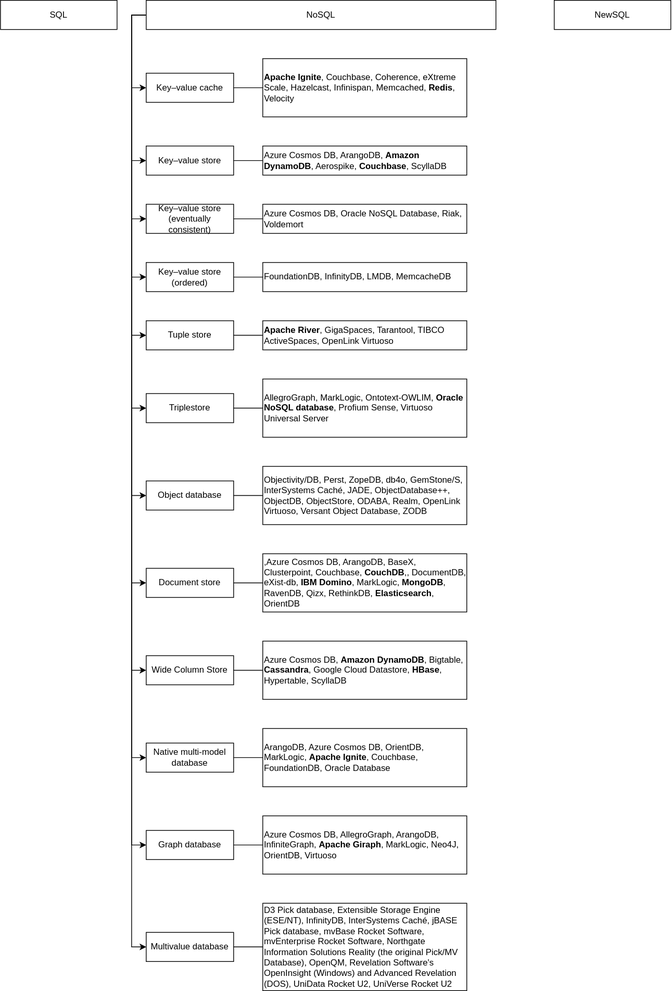
Before: diagrams/data_models.drawio.svg, a diagram exported from draw.io (ryndovaira-org/data_science_lectures). Source tidied: cells renumbered, new cells last; positions are measured from the earlier drawing's top-left corner, leaving out a move shared by most shapes.
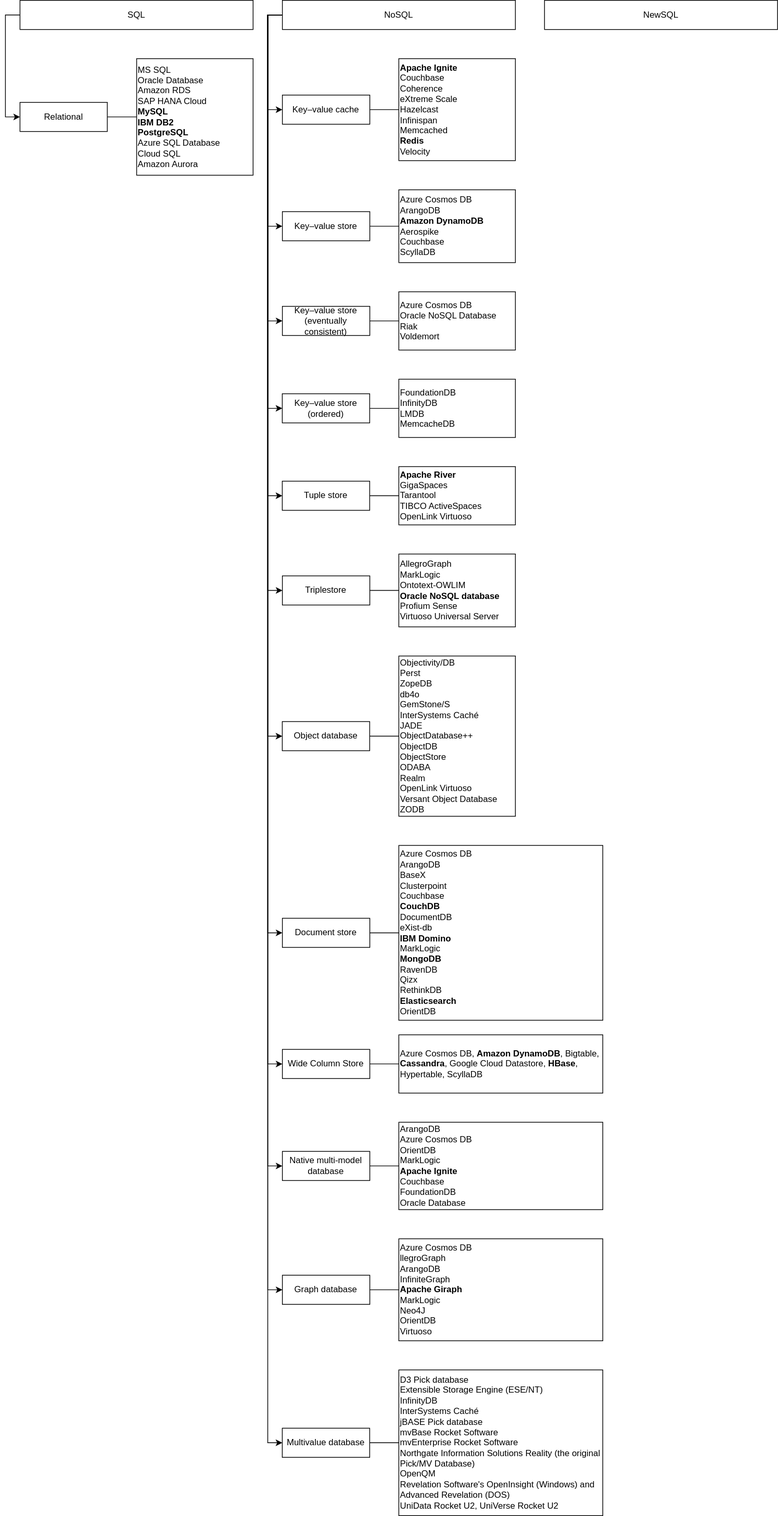
Later version of the same file.

What changed in the source:
```diff
@@ -2,8 +2,11 @@
   <root>
     <mxCell id="0" />
     <mxCell id="1" parent="0" />
+    <mxCell id="53" style="edgeStyle=orthogonalEdgeStyle;rounded=0;jettySize=auto;html=1;entryX=0;entryY=0.5;entryDx=0;entryDy=0;exitX=0;exitY=0.5;exitDx=0;exitDy=0;" parent="1" edge="1" source="2" target="55">
+      <mxGeometry relative="1" as="geometry" />
+    </mxCell>
     <mxCell id="2" value="SQL" style="rounded=0;whiteSpace=wrap;html=1;fillColor=none;fontSize=12;" parent="1" vertex="1">
-      <mxGeometry width="160" height="40" as="geometry" />
+      <mxGeometry x="159.9" width="320" height="40" as="geometry" />
     </mxCell>
     <mxCell id="3" style="edgeStyle=orthogonalEdgeStyle;rounded=0;jettySize=auto;html=1;entryX=0;entryY=0.5;entryDx=0;entryDy=0;exitX=0;exitY=0.5;exitDx=0;exitDy=0;fillColor=none;" parent="1" edge="1" source="15" target="17">
       <mxGeometry relative="1" as="geometry" />
@@ -42,112 +45,112 @@
       <mxGeometry relative="1" as="geometry" />
     </mxCell>
     <mxCell id="15" value="NoSQL" style="rounded=0;whiteSpace=wrap;html=1;fillColor=none;fontSize=12;" parent="1" vertex="1">
-      <mxGeometry x="200" width="480" height="40" as="geometry" />
+      <mxGeometry x="520.1" width="319.9" height="40" as="geometry" />
     </mxCell>
     <mxCell id="16" value="NewSQL" style="rounded=0;whiteSpace=wrap;html=1;fillColor=none;fontSize=12;" parent="1" vertex="1">
-      <mxGeometry x="760" width="160" height="40" as="geometry" />
+      <mxGeometry x="880" width="319.9" height="40" as="geometry" />
     </mxCell>
     <mxCell id="17" value="Key–value cache" style="rounded=0;whiteSpace=wrap;html=1;fillColor=none;fontSize=12;" parent="1" vertex="1">
-      <mxGeometry x="200" y="100" width="120" height="40" as="geometry" />
+      <mxGeometry x="520.1" y="130" width="120" height="40" as="geometry" />
     </mxCell>
-    <mxCell id="18" value="&lt;b style=&quot;font-size: 12px;&quot;&gt;Apache Ignite&lt;/b&gt;, Couchbase, Coherence, eXtreme Scale, Hazelcast, Infinispan, Memcached, &lt;b style=&quot;font-size: 12px;&quot;&gt;Redis&lt;/b&gt;, Velocity" style="rounded=0;whiteSpace=wrap;html=1;fillColor=none;fontSize=12;align=left;" parent="1" vertex="1">
-      <mxGeometry x="360" y="80" width="280" height="80" as="geometry" />
+    <mxCell id="18" value="&lt;b style=&quot;font-size: 12px;&quot;&gt;Apache Ignite&lt;br&gt;&lt;/b&gt;Couchbase&lt;br&gt;Coherence&lt;br&gt;eXtreme Scale&lt;br&gt;Hazelcast&lt;br&gt;Infinispan&lt;br&gt;Memcached&lt;br&gt;&lt;b style=&quot;font-size: 12px;&quot;&gt;Redis&lt;br&gt;&lt;/b&gt;Velocity" style="rounded=0;whiteSpace=wrap;html=1;fillColor=none;fontSize=12;align=left;" parent="1" vertex="1">
+      <mxGeometry x="680" y="80" width="160" height="140" as="geometry" />
     </mxCell>
     <mxCell id="19" value="Key–value store" style="rounded=0;whiteSpace=wrap;html=1;fillColor=none;fontSize=12;" parent="1" vertex="1">
-      <mxGeometry x="200" y="200" width="120" height="40" as="geometry" />
+      <mxGeometry x="520.1" y="290" width="120" height="40" as="geometry" />
     </mxCell>
-    <mxCell id="20" value=" Azure Cosmos DB, ArangoDB, &lt;b style=&quot;font-size: 12px;&quot;&gt;Amazon DynamoDB&lt;/b&gt;, Aerospike, &lt;b style=&quot;font-size: 12px;&quot;&gt;Couchbase&lt;/b&gt;, ScyllaDB" style="rounded=0;whiteSpace=wrap;html=1;fillColor=none;fontSize=12;align=left;" parent="1" vertex="1">
-      <mxGeometry x="360" y="200" width="280" height="40" as="geometry" />
+    <mxCell id="20" value=" Azure Cosmos DB&lt;br&gt;ArangoDB&lt;br&gt;&lt;b style=&quot;font-size: 12px;&quot;&gt;Amazon DynamoDB&lt;br&gt;&lt;/b&gt;Aerospike&lt;br&gt;&lt;span style=&quot;font-size: 12px;&quot;&gt;Couchbase&lt;br&gt;&lt;/span&gt;ScyllaDB" style="rounded=0;whiteSpace=wrap;html=1;fillColor=none;fontSize=12;align=left;" parent="1" vertex="1">
+      <mxGeometry x="680" y="260" width="160" height="100" as="geometry" />
     </mxCell>
     <mxCell id="21" style="edgeStyle=orthogonalEdgeStyle;rounded=0;jettySize=auto;html=1;endArrow=none;endFill=0;fillColor=none;" parent="1" edge="1" source="22" target="23">
       <mxGeometry relative="1" as="geometry" />
     </mxCell>
     <mxCell id="22" value="Key–value store (eventually consistent)" style="rounded=0;whiteSpace=wrap;html=1;fillColor=none;fontSize=12;" parent="1" vertex="1">
-      <mxGeometry x="200" y="280" width="120" height="40" as="geometry" />
+      <mxGeometry x="520.1" y="420" width="120" height="40" as="geometry" />
     </mxCell>
-    <mxCell id="23" value="Azure Cosmos DB, Oracle NoSQL Database, Riak, Voldemort" style="rounded=0;whiteSpace=wrap;html=1;fillColor=none;fontSize=12;align=left;" parent="1" vertex="1">
-      <mxGeometry x="360" y="280" width="280" height="40" as="geometry" />
+    <mxCell id="23" value="Azure Cosmos DB&lt;br&gt;Oracle NoSQL Database&lt;br&gt;Riak&lt;br&gt;Voldemort" style="rounded=0;whiteSpace=wrap;html=1;fillColor=none;fontSize=12;align=left;" parent="1" vertex="1">
+      <mxGeometry x="680" y="400" width="160" height="80" as="geometry" />
     </mxCell>
     <mxCell id="24" style="edgeStyle=orthogonalEdgeStyle;rounded=0;jettySize=auto;html=1;endArrow=none;endFill=0;fillColor=none;" parent="1" edge="1" source="25" target="26">
       <mxGeometry relative="1" as="geometry" />
     </mxCell>
     <mxCell id="25" value="Key–value store (ordered)" style="rounded=0;whiteSpace=wrap;html=1;fillColor=none;fontSize=12;" parent="1" vertex="1">
-      <mxGeometry x="200" y="360" width="120" height="40" as="geometry" />
+      <mxGeometry x="520" y="540" width="120" height="40" as="geometry" />
     </mxCell>
-    <mxCell id="26" value="FoundationDB, InfinityDB, LMDB, MemcacheDB" style="rounded=0;whiteSpace=wrap;html=1;fillColor=none;fontSize=12;align=left;" parent="1" vertex="1">
-      <mxGeometry x="360" y="360" width="280" height="40" as="geometry" />
+    <mxCell id="26" value="FoundationDB&lt;br&gt;InfinityDB&lt;br&gt;LMDB&lt;br&gt;MemcacheDB" style="rounded=0;whiteSpace=wrap;html=1;fillColor=none;fontSize=12;align=left;" parent="1" vertex="1">
+      <mxGeometry x="680" y="520" width="160" height="80" as="geometry" />
     </mxCell>
     <mxCell id="27" style="edgeStyle=orthogonalEdgeStyle;rounded=0;jettySize=auto;html=1;endArrow=none;endFill=0;fillColor=none;" parent="1" edge="1" source="28" target="29">
       <mxGeometry relative="1" as="geometry" />
     </mxCell>
     <mxCell id="28" value="Tuple store" style="rounded=0;whiteSpace=wrap;html=1;fillColor=none;fontSize=12;" parent="1" vertex="1">
-      <mxGeometry x="200" y="440" width="120" height="40" as="geometry" />
+      <mxGeometry x="520" y="660" width="120" height="40" as="geometry" />
     </mxCell>
-    <mxCell id="29" value="&lt;b&gt;Apache River&lt;/b&gt;, GigaSpaces, Tarantool, TIBCO ActiveSpaces, OpenLink Virtuoso" style="rounded=0;whiteSpace=wrap;html=1;fillColor=none;fontSize=12;align=left;" parent="1" vertex="1">
-      <mxGeometry x="360" y="440" width="280" height="40" as="geometry" />
+    <mxCell id="29" value="&lt;b&gt;Apache River&lt;br&gt;&lt;/b&gt;GigaSpaces&lt;br&gt;Tarantool&lt;br&gt;TIBCO ActiveSpaces&lt;br&gt;OpenLink Virtuoso" style="rounded=0;whiteSpace=wrap;html=1;fillColor=none;fontSize=12;align=left;" parent="1" vertex="1">
+      <mxGeometry x="680" y="640" width="160" height="80" as="geometry" />
     </mxCell>
     <mxCell id="30" style="edgeStyle=orthogonalEdgeStyle;rounded=0;jettySize=auto;html=1;endArrow=none;endFill=0;fillColor=none;" parent="1" edge="1" source="31" target="32">
       <mxGeometry relative="1" as="geometry" />
     </mxCell>
     <mxCell id="31" value="Triplestore" style="rounded=0;whiteSpace=wrap;html=1;fillColor=none;fontSize=12;" parent="1" vertex="1">
-      <mxGeometry x="200" y="540" width="120" height="40" as="geometry" />
+      <mxGeometry x="520.1" y="790" width="120" height="40" as="geometry" />
     </mxCell>
-    <mxCell id="32" value="AllegroGraph, MarkLogic, Ontotext-OWLIM, &lt;b&gt;Oracle NoSQL database&lt;/b&gt;, Profium Sense, Virtuoso Universal Server" style="rounded=0;whiteSpace=wrap;html=1;fillColor=none;fontSize=12;align=left;" parent="1" vertex="1">
-      <mxGeometry x="360" y="520" width="280" height="80" as="geometry" />
+    <mxCell id="32" value="AllegroGraph&lt;br&gt;MarkLogic&lt;br&gt;Ontotext-OWLIM&lt;br&gt;&lt;b&gt;Oracle NoSQL database&lt;br&gt;&lt;/b&gt;Profium Sense&lt;br&gt;Virtuoso Universal Server" style="rounded=0;whiteSpace=wrap;html=1;fillColor=none;fontSize=12;align=left;" parent="1" vertex="1">
+      <mxGeometry x="680" y="760" width="160" height="100" as="geometry" />
     </mxCell>
     <mxCell id="33" style="edgeStyle=orthogonalEdgeStyle;rounded=0;jettySize=auto;html=1;endArrow=none;endFill=0;fillColor=none;" parent="1" edge="1" source="34" target="35">
       <mxGeometry relative="1" as="geometry" />
     </mxCell>
     <mxCell id="34" value="Object database" style="rounded=0;whiteSpace=wrap;html=1;fillColor=none;fontSize=12;" parent="1" vertex="1">
-      <mxGeometry x="200" y="660" width="120" height="40" as="geometry" />
+      <mxGeometry x="520" y="990" width="120" height="40" as="geometry" />
     </mxCell>
-    <mxCell id="35" value="Objectivity/DB, Perst, ZopeDB, db4o, GemStone/S, InterSystems Caché, JADE, ObjectDatabase++, ObjectDB, ObjectStore, ODABA, Realm, OpenLink Virtuoso, Versant Object Database, ZODB" style="rounded=0;whiteSpace=wrap;html=1;fillColor=none;fontSize=12;align=left;" parent="1" vertex="1">
-      <mxGeometry x="360" y="640" width="280" height="80" as="geometry" />
+    <mxCell id="35" value="Objectivity/DB&lt;br&gt;Perst&lt;br&gt;ZopeDB&lt;br&gt;db4o&lt;br&gt;GemStone/S&lt;br&gt;InterSystems Caché&lt;br&gt;JADE&lt;br&gt;ObjectDatabase++&lt;br&gt;ObjectDB&lt;br&gt;ObjectStore&lt;br&gt;ODABA&lt;br&gt;Realm&lt;br&gt;OpenLink Virtuoso&lt;br&gt;Versant Object Database&lt;br&gt;ZODB" style="rounded=0;whiteSpace=wrap;html=1;fillColor=none;fontSize=12;align=left;" parent="1" vertex="1">
+      <mxGeometry x="680" y="900" width="160" height="220" as="geometry" />
     </mxCell>
     <mxCell id="36" style="edgeStyle=orthogonalEdgeStyle;rounded=0;jettySize=auto;html=1;endArrow=none;endFill=0;fillColor=none;" parent="1" edge="1" source="37" target="38">
       <mxGeometry relative="1" as="geometry" />
     </mxCell>
     <mxCell id="37" value="Document store" style="rounded=0;whiteSpace=wrap;html=1;fillColor=none;fontSize=12;" parent="1" vertex="1">
-      <mxGeometry x="200" y="780" width="120" height="40" as="geometry" />
+      <mxGeometry x="520.1" y="1260" width="120" height="40" as="geometry" />
     </mxCell>
-    <mxCell id="38" value=",Azure Cosmos DB, ArangoDB, BaseX, Clusterpoint, Couchbase, &lt;b style=&quot;font-size: 12px;&quot;&gt;CouchDB&lt;/b&gt;,, DocumentDB, eXist-db, &lt;b style=&quot;font-size: 12px;&quot;&gt;IBM Domino&lt;/b&gt;, MarkLogic, &lt;b style=&quot;font-size: 12px;&quot;&gt;MongoDB&lt;/b&gt;, RavenDB, Qizx, RethinkDB, &lt;b style=&quot;font-size: 12px;&quot;&gt;Elasticsearch&lt;/b&gt;, OrientDB" style="rounded=0;whiteSpace=wrap;html=1;fillColor=none;fontSize=12;align=left;" parent="1" vertex="1">
-      <mxGeometry x="360" y="760" width="280" height="80" as="geometry" />
+    <mxCell id="38" value="Azure Cosmos DB&lt;br&gt;ArangoDB&lt;br&gt;BaseX&lt;br&gt;Clusterpoint&lt;br&gt;Couchbase&lt;br&gt;&lt;b style=&quot;font-size: 12px;&quot;&gt;CouchDB&lt;br&gt;&lt;/b&gt;DocumentDB&lt;br&gt;eXist-db&lt;br&gt;&lt;b style=&quot;font-size: 12px;&quot;&gt;IBM Domino&lt;br&gt;&lt;/b&gt;MarkLogic&lt;br&gt;&lt;b style=&quot;font-size: 12px;&quot;&gt;MongoDB&lt;br&gt;&lt;/b&gt;RavenDB&lt;br&gt;Qizx&lt;br&gt;RethinkDB&lt;br&gt;&lt;b style=&quot;font-size: 12px;&quot;&gt;Elasticsearch&lt;br&gt;&lt;/b&gt;OrientDB" style="rounded=0;whiteSpace=wrap;html=1;fillColor=none;fontSize=12;align=left;" parent="1" vertex="1">
+      <mxGeometry x="680" y="1160" width="280" height="240" as="geometry" />
     </mxCell>
     <mxCell id="39" style="edgeStyle=orthogonalEdgeStyle;rounded=0;jettySize=auto;html=1;endArrow=none;endFill=0;fillColor=none;" parent="1" edge="1" source="40" target="41">
       <mxGeometry relative="1" as="geometry" />
     </mxCell>
     <mxCell id="40" value="Wide Column Store" style="rounded=0;whiteSpace=wrap;html=1;fillColor=none;fontSize=12;" parent="1" vertex="1">
-      <mxGeometry x="200" y="900" width="120" height="40" as="geometry" />
+      <mxGeometry x="520.1" y="1440" width="120" height="40" as="geometry" />
     </mxCell>
     <mxCell id="41" value="Azure Cosmos DB, &lt;b style=&quot;font-size: 12px;&quot;&gt;Amazon DynamoDB&lt;/b&gt;, Bigtable, &lt;b style=&quot;font-size: 12px;&quot;&gt;Cassandra&lt;/b&gt;, Google Cloud Datastore, &lt;b style=&quot;font-size: 12px;&quot;&gt;HBase&lt;/b&gt;, Hypertable, ScyllaDB" style="rounded=0;whiteSpace=wrap;html=1;fillColor=none;fontSize=12;align=left;" parent="1" vertex="1">
-      <mxGeometry x="360" y="880" width="280" height="80" as="geometry" />
+      <mxGeometry x="680" y="1420" width="280" height="80" as="geometry" />
     </mxCell>
     <mxCell id="42" style="edgeStyle=orthogonalEdgeStyle;rounded=0;jettySize=auto;html=1;endArrow=none;endFill=0;fillColor=none;" parent="1" edge="1" source="43" target="44">
       <mxGeometry relative="1" as="geometry" />
     </mxCell>
     <mxCell id="43" value="Native multi-model database" style="rounded=0;whiteSpace=wrap;html=1;fillColor=none;fontSize=12;" parent="1" vertex="1">
-      <mxGeometry x="200" y="1020" width="120" height="40" as="geometry" />
+      <mxGeometry x="520.1" y="1580" width="120" height="40" as="geometry" />
     </mxCell>
-    <mxCell id="44" value="ArangoDB, Azure Cosmos DB, OrientDB, MarkLogic, &lt;b style=&quot;font-size: 12px;&quot;&gt;Apache Ignite&lt;/b&gt;, Couchbase, FoundationDB, Oracle Database" style="rounded=0;whiteSpace=wrap;html=1;fillColor=none;fontSize=12;align=left;" parent="1" vertex="1">
-      <mxGeometry x="360" y="1000" width="280" height="80" as="geometry" />
+    <mxCell id="44" value="ArangoDB&lt;br&gt;Azure Cosmos DB&lt;br&gt;OrientDB&lt;br&gt;MarkLogic&lt;br&gt;&lt;b style=&quot;font-size: 12px;&quot;&gt;Apache Ignite&lt;br&gt;&lt;/b&gt;Couchbase&lt;br&gt;FoundationDB&lt;br&gt;Oracle Database" style="rounded=0;whiteSpace=wrap;html=1;fillColor=none;fontSize=12;align=left;" parent="1" vertex="1">
+      <mxGeometry x="680" y="1540" width="280" height="120" as="geometry" />
     </mxCell>
     <mxCell id="45" style="edgeStyle=orthogonalEdgeStyle;rounded=0;jettySize=auto;html=1;endArrow=none;endFill=0;fillColor=none;" parent="1" edge="1" source="46" target="47">
       <mxGeometry relative="1" as="geometry" />
     </mxCell>
     <mxCell id="46" value="Graph database" style="rounded=0;whiteSpace=wrap;html=1;fillColor=none;fontSize=12;" parent="1" vertex="1">
-      <mxGeometry x="200" y="1140" width="120" height="40" as="geometry" />
+      <mxGeometry x="520.1" y="1750" width="120" height="40" as="geometry" />
     </mxCell>
-    <mxCell id="47" value="Azure Cosmos DB, AllegroGraph, ArangoDB, InfiniteGraph, &lt;b style=&quot;font-size: 12px;&quot;&gt;Apache Giraph&lt;/b&gt;, MarkLogic, Neo4J, OrientDB, Virtuoso" style="rounded=0;whiteSpace=wrap;html=1;fillColor=none;fontSize=12;align=left;" parent="1" vertex="1">
-      <mxGeometry x="360" y="1120" width="280" height="80" as="geometry" />
+    <mxCell id="47" value="Azure Cosmos DB&lt;br&gt;llegroGraph&lt;br&gt;ArangoDB&lt;br&gt;InfiniteGraph&lt;br&gt;&lt;b style=&quot;font-size: 12px;&quot;&gt;Apache Giraph&lt;br&gt;&lt;/b&gt;MarkLogic&lt;br&gt;Neo4J&lt;br&gt;OrientDB&lt;br&gt;Virtuoso" style="rounded=0;whiteSpace=wrap;html=1;fillColor=none;fontSize=12;align=left;" parent="1" vertex="1">
+      <mxGeometry x="680" y="1700" width="280" height="140" as="geometry" />
     </mxCell>
     <mxCell id="48" style="edgeStyle=orthogonalEdgeStyle;rounded=0;jettySize=auto;html=1;endArrow=none;endFill=0;fillColor=none;" parent="1" edge="1" source="49" target="50">
       <mxGeometry relative="1" as="geometry" />
     </mxCell>
     <mxCell id="49" value="Multivalue database" style="rounded=0;whiteSpace=wrap;html=1;fillColor=none;fontSize=12;" parent="1" vertex="1">
-      <mxGeometry x="200" y="1280" width="120" height="40" as="geometry" />
+      <mxGeometry x="520" y="1960" width="120" height="40" as="geometry" />
     </mxCell>
-    <mxCell id="50" value="D3 Pick database, Extensible Storage Engine (ESE/NT), InfinityDB, InterSystems Caché, jBASE Pick database, mvBase Rocket Software, mvEnterprise Rocket Software, Northgate Information Solutions Reality (the original Pick/MV Database), OpenQM, Revelation Software's OpenInsight (Windows) and Advanced Revelation (DOS), UniData Rocket U2, UniVerse Rocket U2" style="rounded=0;whiteSpace=wrap;html=1;fillColor=none;fontSize=12;align=left;" parent="1" vertex="1">
-      <mxGeometry x="360" y="1240" width="280" height="120" as="geometry" />
+    <mxCell id="50" value="D3 Pick database&lt;br&gt;Extensible Storage Engine (ESE/NT)&lt;br&gt;InfinityDB&lt;br&gt;InterSystems Caché&lt;br&gt;jBASE Pick database&lt;br&gt;mvBase Rocket Software&lt;br&gt;mvEnterprise Rocket Software&lt;br&gt;Northgate Information Solutions Reality (the original Pick/MV Database)&lt;br&gt;OpenQM&lt;br&gt;Revelation Software's OpenInsight (Windows) and Advanced Revelation (DOS)&lt;br&gt;UniData Rocket U2, UniVerse Rocket U2" style="rounded=0;whiteSpace=wrap;html=1;fillColor=none;fontSize=12;align=left;" parent="1" vertex="1">
+      <mxGeometry x="680" y="1880" width="280" height="200" as="geometry" />
     </mxCell>
     <mxCell id="51" style="endArrow=none;html=1;rounded=0;entryX=0;entryY=0.5;entryDx=0;entryDy=0;exitX=1;exitY=0.5;exitDx=0;exitDy=0;fillColor=none;" parent="1" edge="1" source="17" target="18">
       <mxGeometry relative="1" as="geometry" />
@@ -155,5 +158,14 @@
     <mxCell id="52" style="endArrow=none;html=1;rounded=0;entryX=0;entryY=0.5;entryDx=0;entryDy=0;exitX=1;exitY=0.5;exitDx=0;exitDy=0;fillColor=none;" parent="1" edge="1" source="19" target="20">
       <mxGeometry relative="1" as="geometry" />
     </mxCell>
+    <mxCell id="54" style="edgeStyle=orthogonalEdgeStyle;rounded=0;jettySize=auto;html=1;endArrow=none;endFill=0;" parent="1" edge="1" source="55" target="56">
+      <mxGeometry relative="1" as="geometry" />
+    </mxCell>
+    <mxCell id="55" value="&lt;div&gt;Relational&lt;/div&gt;" style="rounded=0;whiteSpace=wrap;html=1;fillColor=none;" parent="1" vertex="1">
+      <mxGeometry x="159.9" y="140" width="119.9" height="40" as="geometry" />
+    </mxCell>
+    <mxCell id="56" value="MS SQL&lt;br&gt;Oracle Database&lt;br&gt;Amazon RDS&lt;br&gt;SAP HANA Cloud&lt;br&gt;&lt;b&gt;MySQL&lt;/b&gt;&lt;br&gt;&lt;b&gt;IBM DB2&lt;/b&gt;&lt;br&gt;&lt;b&gt;PostgreSQL&lt;br&gt;&lt;/b&gt;Azure SQL Database&lt;br&gt;Cloud SQL&lt;br&gt;Amazon Aurora" style="rounded=0;whiteSpace=wrap;html=1;fillColor=none;align=left;" parent="1" vertex="1">
+      <mxGeometry x="320.1" y="80" width="159.9" height="160" as="geometry" />
+    </mxCell>
   </root>
 </mxGraphModel>
```
